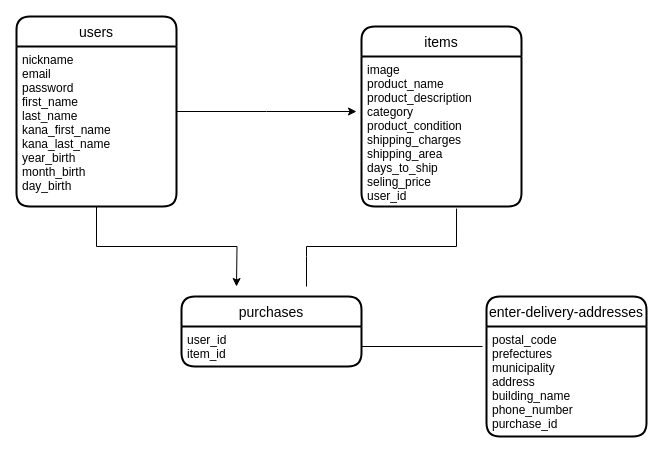
Earlier version of the draw.io diagram ER.dio (morodomimasaki/furima-33501). Source tidied: cells renumbered, new cells numbered last; positions are measured from the earlier drawing's top-left corner, leaving out a move shared by most shapes. Both pictures are drawn from the tidied source at 100%, with x=0, y=0 at pixel (16, 16).
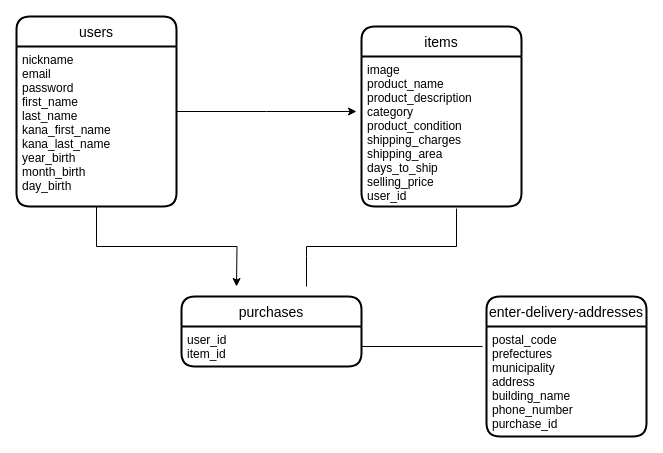
Above is the later version.

What changed in the source:
```diff
@@
 <mxGraphModel>
   <root>
     <mxCell id="0" />
     <mxCell id="1" parent="0" />
     <mxCell id="2" style="edgeStyle=orthogonalEdgeStyle;rounded=0;jettySize=auto;html=1;fontFamily=Helvetica;" parent="1" edge="1" source="3">
       <mxGeometry relative="1" as="geometry">
         <mxPoint x="340" y="95" as="targetPoint" />
       </mxGeometry>
     </mxCell>
     <mxCell id="3" value="users" style="swimlane;horizontal=1;startSize=30;rounded=1;fontSize=14;fontStyle=0;strokeWidth=2;shadow=0;dashed=0;align=center;" parent="1" vertex="1">
       <mxGeometry width="160" height="190" as="geometry" />
     </mxCell>
     <mxCell id="4" value="nickname&#10;email&#10;password&#10;first_name&#10;last_name&#10;kana_first_name&#10;kana_last_name&#10;year_birth&#10;month_birth&#10;day_birth" style="align=left;strokeColor=none;fillColor=none;spacingLeft=4;fontSize=12;verticalAlign=top;" parent="3" vertex="1">
       <mxGeometry y="30" width="160" height="160" as="geometry" />
     </mxCell>
     <mxCell id="5" value="items" style="swimlane;horizontal=1;startSize=30;rounded=1;fontSize=14;fontStyle=0;strokeWidth=2;shadow=0;dashed=0;align=center;" parent="1" vertex="1">
       <mxGeometry x="345" y="10" width="160" height="180" as="geometry" />
     </mxCell>
-    <mxCell id="6" value="image&#10;product_name&#10;product_description&#10;category&#10;product_condition&#10;shipping_charges&#10;shipping_area&#10;days_to_ship&#10;seling_price&#10;user_id" style="align=left;strokeColor=none;fillColor=none;spacingLeft=4;fontSize=12;verticalAlign=top;" parent="5" vertex="1">
+    <mxCell id="6" value="image&#10;product_name&#10;product_description&#10;category&#10;product_condition&#10;shipping_charges&#10;shipping_area&#10;days_to_ship&#10;selling_price&#10;user_id" style="align=left;strokeColor=none;fillColor=none;spacingLeft=4;fontSize=12;verticalAlign=top;" parent="5" vertex="1">
       <mxGeometry y="30" width="160" height="150" as="geometry" />
     </mxCell>
     <mxCell id="7" style="edgeStyle=orthogonalEdgeStyle;rounded=0;orthogonalLoop=1;jettySize=auto;html=1;exitX=0.5;exitY=1;exitDx=0;exitDy=0;fontFamily=Helvetica;" parent="5" edge="1" source="6" target="6">
       <mxGeometry relative="1" as="geometry" />
     </mxCell>
     <mxCell id="8" value="purchases" style="swimlane;horizontal=1;startSize=30;rounded=1;fontSize=14;fontStyle=0;strokeWidth=2;shadow=0;dashed=0;align=center;" parent="1" vertex="1">
       <mxGeometry x="165" y="280" width="180" height="70" as="geometry" />
     </mxCell>
     <mxCell id="9" value="user_id&#10;item_id" style="align=left;strokeColor=none;fillColor=none;spacingLeft=4;fontSize=12;verticalAlign=top;" parent="8" vertex="1">
       <mxGeometry y="30" width="180" height="40" as="geometry" />
     </mxCell>
     <mxCell id="10" style="edgeStyle=orthogonalEdgeStyle;rounded=0;jettySize=auto;html=1;exitX=0.5;exitY=1;exitDx=0;exitDy=0;fontFamily=Helvetica;" parent="1" edge="1" source="4">
       <mxGeometry relative="1" as="geometry">
         <mxPoint x="220" y="270" as="targetPoint" />
       </mxGeometry>
     </mxCell>
     <mxCell id="11" style="endArrow=none;html=1;rounded=0;fontFamily=Helvetica;entryX=0.594;entryY=1.014;entryDx=0;entryDy=0;entryPerimeter=0;" parent="1" edge="1" target="6">
       <mxGeometry relative="1" as="geometry">
         <mxPoint x="290" y="270" as="sourcePoint" />
         <Array as="points">
           <mxPoint x="290" y="240" />
           <mxPoint x="290" y="230" />
           <mxPoint x="440" y="230" />
         </Array>
       </mxGeometry>
     </mxCell>
     <mxCell id="12" value="enter-delivery-addresses" style="swimlane;horizontal=1;startSize=30;rounded=1;fontSize=14;fontStyle=0;strokeWidth=2;shadow=0;dashed=0;align=center;" parent="1" vertex="1">
       <mxGeometry x="470" y="280" width="160" height="140" as="geometry" />
     </mxCell>
     <mxCell id="13" value="postal_code&#10;prefectures&#10;municipality&#10;address&#10;building_name&#10;phone_number&#10;purchase_id  " style="align=left;strokeColor=none;fillColor=none;spacingLeft=4;fontSize=12;verticalAlign=top;" parent="12" vertex="1">
       <mxGeometry y="30" width="160" height="110" as="geometry" />
     </mxCell>
     <mxCell id="14" style="endArrow=none;html=1;rounded=0;fontFamily=Helvetica;exitX=1;exitY=0.5;exitDx=0;exitDy=0;entryX=-0.025;entryY=0.182;entryDx=0;entryDy=0;entryPerimeter=0;" parent="1" edge="1" source="9" target="13">
       <mxGeometry relative="1" as="geometry" />
     </mxCell>
   </root>
 </mxGraphModel>
```
